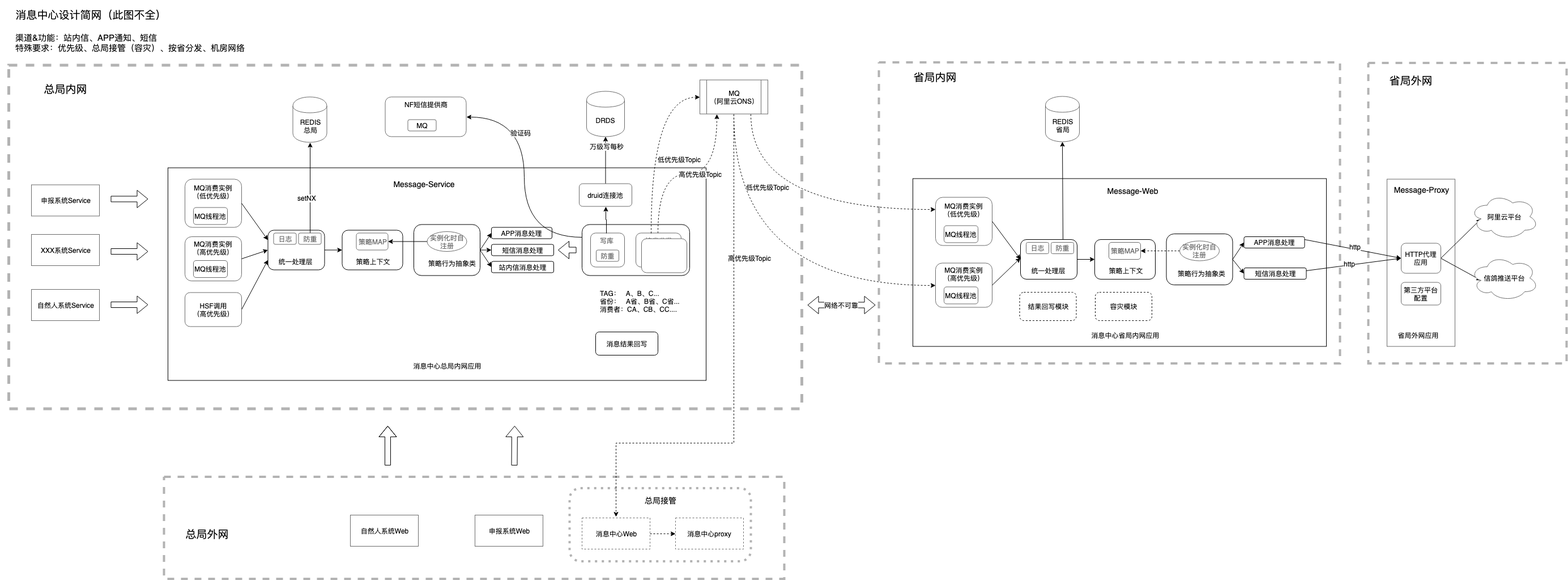
Earlier version of the draw.io export 消息中心架构图.png (2695691406/wr-some-picture). Source tidied: cells renumbered, new cells last; positions are measured from the earlier drawing's top-left corner, leaving out a move shared by most shapes.
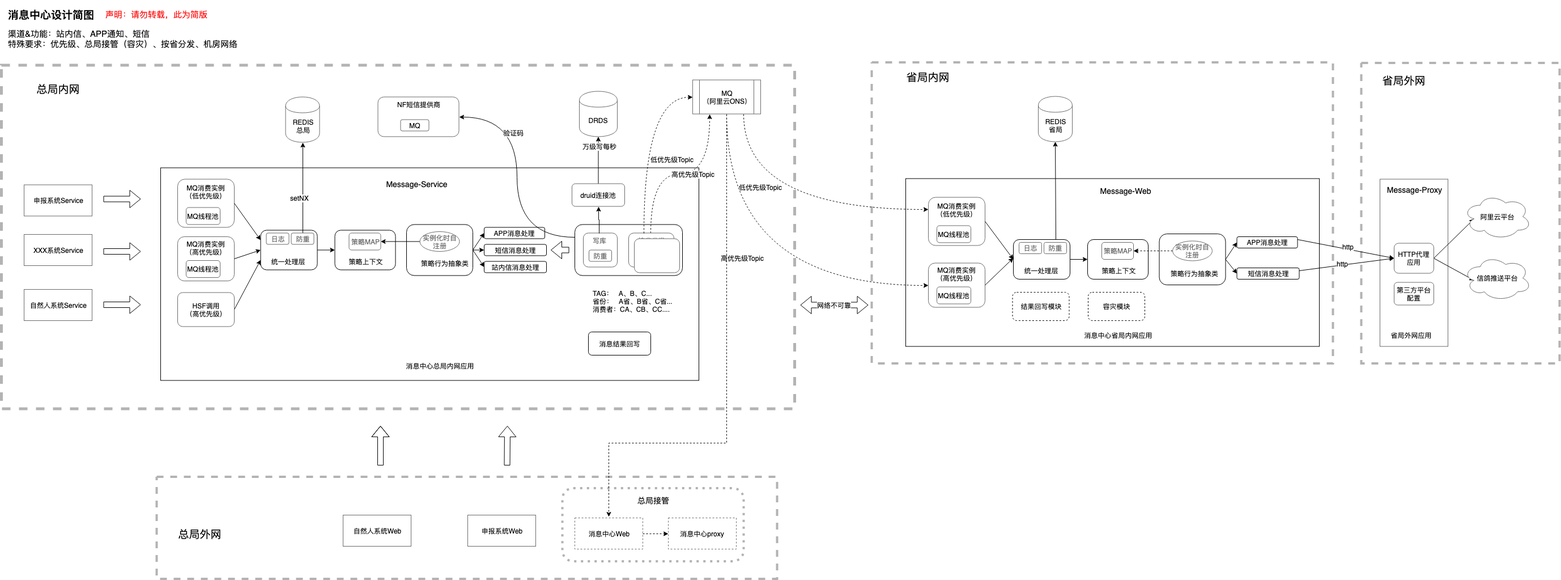
Above is the later version.

Commit message:
Added 消息中心架构图.png

The edit, as a diff of the source:
```diff
@@ -459,11 +459,14 @@
     <mxCell id="139" value="消息结果回写" style="rounded=1;whiteSpace=wrap;html=1;strokeColor=#000000;strokeWidth=1;fillColor=none;fontSize=11;fontColor=#000000;align=center;" parent="1" vertex="1">
       <mxGeometry x="1051" y="585" width="110" height="41" as="geometry" />
     </mxCell>
-    <mxCell id="140" value="消息中心设计简网（此图不全）" style="text;html=1;strokeColor=none;fillColor=none;align=center;verticalAlign=middle;whiteSpace=wrap;rounded=0;dashed=1;fontColor=#000000;fontSize=19;" parent="1" vertex="1">
-      <mxGeometry width="320" height="50" as="geometry" />
+    <mxCell id="140" value="消息中心设计简图" style="text;html=1;strokeColor=none;fillColor=none;align=left;verticalAlign=middle;whiteSpace=wrap;rounded=0;dashed=1;fontColor=#000000;fontSize=19;fontStyle=1;" parent="1" vertex="1">
+      <mxGeometry x="25" width="185" height="50" as="geometry" />
     </mxCell>
     <mxCell id="141" value="渠道&amp;amp;功能：站内信、APP通知、短信&lt;br&gt;特殊要求：优先级、总局接管（容灾）、按省分发、机房网络" style="text;html=1;strokeColor=none;fillColor=none;align=left;verticalAlign=middle;whiteSpace=wrap;rounded=0;dashed=1;fontColor=#000000;fontSize=15;" parent="1" vertex="1">
-      <mxGeometry x="25" y="35" width="410" height="80" as="geometry" />
+      <mxGeometry x="25" y="30" width="410" height="75" as="geometry" />
     </mxCell>
+    <mxCell id="142" value="声明：请勿转载，此为简版" style="text;html=1;strokeColor=none;fillColor=none;align=left;verticalAlign=middle;whiteSpace=wrap;rounded=0;dashed=1;fontSize=15;fontColor=#FF0000;" parent="1" vertex="1">
+      <mxGeometry x="197" y="15" width="238" height="20" as="geometry" />
+    </mxCell>
   </root>
 </mxGraphModel>
```
